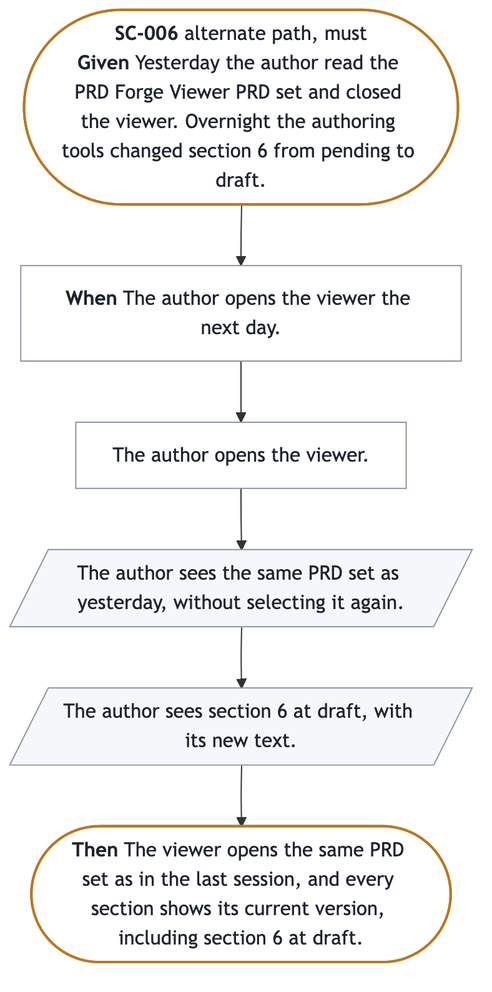
Above: docs/prd/prd-forge-viewer/diagrams/SC-006.png in SpillwaveSolutions/prd-forge-viewer (Mermaid), before the change. Its source is kept beside it as docs/prd/prd-forge-viewer/diagrams/SC-006.mmd. Source of this version:
```mermaid
%%{init: {"flowchart": {"wrappingWidth": 300}}}%%
flowchart TB
  start(["<b>SC-006</b> alternate path, must<br/><b>Given</b> Yesterday the author read the PRD Forge Viewer PRD set and closed the viewer. Overnight the authoring tools changed section 6 from pending to draft."])
  trigger["<b>When</b> The author opens the viewer the next day."]
  s0["The author opens the viewer."]
  s1[/"The author sees the same PRD set as yesterday, without selecting it again."/]
  s2[/"The author sees section 6 at draft, with its new text."/]
  done(["<b>Then</b> The viewer opens the same PRD set as in the last session, and every section shows its current version, including section 6 at draft."])
  start --> trigger --> s0 --> s1 --> s2 --> done
  classDef ends fill:#FFFFFF,stroke:#B7791F,stroke-width:2px,color:#1F2430
  classDef sees fill:#F5F7FA,stroke:#8A94A6,color:#1F2430
  classDef does fill:#FFFFFF,stroke:#8A94A6,color:#1F2430
  class start,done ends
  class s0 does
  class s1 sees
  class s2 sees
  class trigger does
```
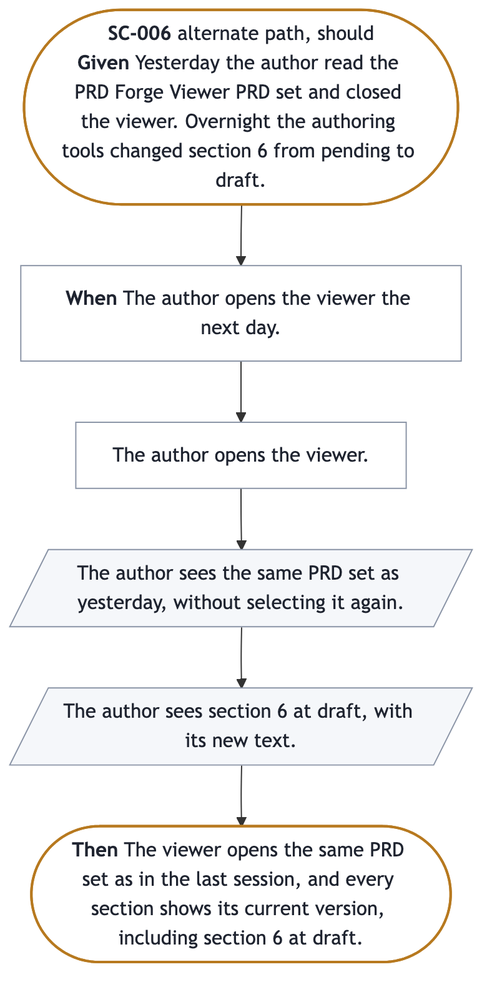
Above is the later version.

Diff of the diagram source:
```diff
@@ -1,6 +1,6 @@
 %%{init: {"flowchart": {"wrappingWidth": 300}}}%%
 flowchart TB
-  start(["<b>SC-006</b> alternate path, must<br/><b>Given</b> Yesterday the author read the PRD Forge Viewer PRD set and closed the viewer. Overnight the authoring tools changed section 6 from pending to draft."])
+  start(["<b>SC-006</b> alternate path, should<br/><b>Given</b> Yesterday the author read the PRD Forge Viewer PRD set and closed the viewer. Overnight the authoring tools changed section 6 from pending to draft."])
   trigger["<b>When</b> The author opens the viewer the next day."]
   s0["The author opens the viewer."]
   s1[/"The author sees the same PRD set as yesterday, without selecting it again."/]
```
